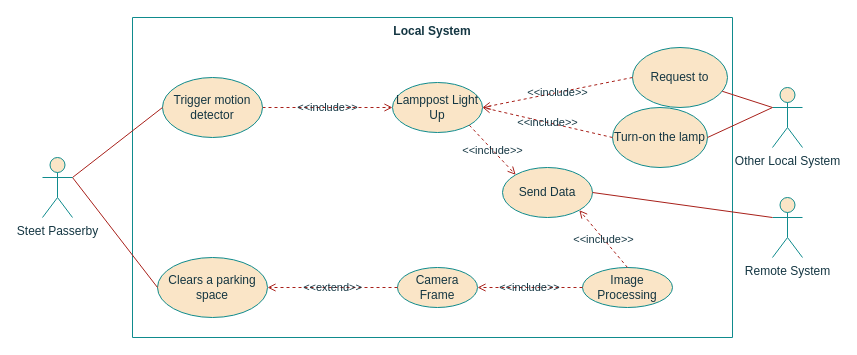
Earlier version of the draw.io diagram page "LS_UseCase" (1 of 7) of project/report/flowcharts/LocalSystem.drawio (ESRGgroup9/slipad). Source tidied: cells renumbered, new cells numbered last; positions are measured from the earlier drawing's top-left corner, leaving out a move shared by most shapes. Both pictures are drawn from the tidied source at 100%, with x=0, y=0 at pixel (42, 17).
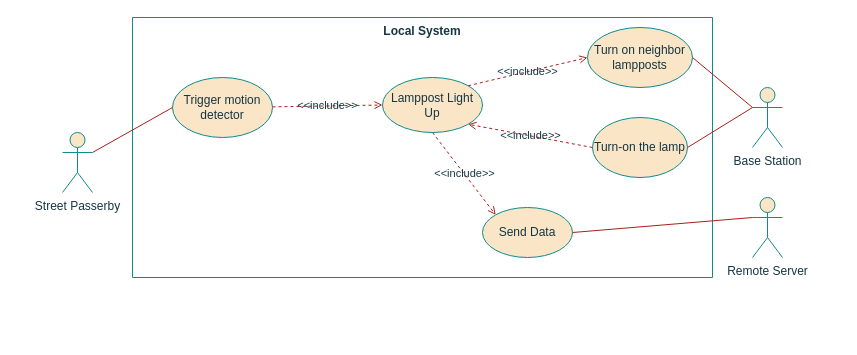
The same page after the edit.

Change to the diagram source:
```diff
@@
     <mxCell id="2" value="Local System" style="swimlane;startSize=0;verticalAlign=top;fillColor=#FAE5C7;strokeColor=#0F8B8D;fontColor=#143642;" parent="1" vertex="1">
-      <mxGeometry x="90" width="600" height="320" as="geometry" />
+      <mxGeometry x="90" width="580" height="260" as="geometry" />
     </mxCell>
     <mxCell id="3" value="Send Data" style="ellipse;whiteSpace=wrap;html=1;fillColor=#FAE5C7;strokeColor=#0F8B8D;fontColor=#143642;" parent="2" vertex="1">
-      <mxGeometry x="370" y="150" width="90" height="50" as="geometry" />
+      <mxGeometry x="350" y="190" width="90" height="50" as="geometry" />
     </mxCell>
-    <mxCell id="4" value="Request to " style="ellipse;whiteSpace=wrap;html=1;fillColor=#FAE5C7;strokeColor=#0F8B8D;fontColor=#143642;" parent="2" vertex="1">
-      <mxGeometry x="500" y="30" width="95" height="60" as="geometry" />
+    <mxCell id="4" value="Turn on neighbor lampposts" style="ellipse;whiteSpace=wrap;html=1;fillColor=#FAE5C7;strokeColor=#0F8B8D;fontColor=#143642;" parent="2" vertex="1">
+      <mxGeometry x="455" y="10" width="105" height="60" as="geometry" />
     </mxCell>
     <mxCell id="5" value="Turn-on the lamp" style="ellipse;whiteSpace=wrap;html=1;fillColor=#FAE5C7;strokeColor=#0F8B8D;fontColor=#143642;" parent="2" vertex="1">
-      <mxGeometry x="480" y="90" width="95" height="60" as="geometry" />
+      <mxGeometry x="460" y="100" width="95" height="60" as="geometry" />
     </mxCell>
+    <mxCell id="7" value="Trigger motion detector" style="ellipse;whiteSpace=wrap;html=1;fillColor=#FAE5C7;strokeColor=#0F8B8D;fontColor=#143642;" parent="2" vertex="1">
+      <mxGeometry x="40" y="60" width="100" height="60" as="geometry" />
+    </mxCell>
@@
-    <mxCell id="7" value="Trigger motion detector" style="ellipse;whiteSpace=wrap;html=1;fillColor=#FAE5C7;strokeColor=#0F8B8D;fontColor=#143642;" parent="1" vertex="1">
-      <mxGeometry x="120" y="60" width="100" height="60" as="geometry" />
-    </mxCell>
-    <mxCell id="8" value="Camera Frame" style="ellipse;whiteSpace=wrap;html=1;fillColor=#FAE5C7;strokeColor=#0F8B8D;fontColor=#143642;" parent="1" vertex="1">
-      <mxGeometry x="355" y="250" width="80" height="40" as="geometry" />
-    </mxCell>
-    <mxCell id="9" value="Image Processing" style="ellipse;whiteSpace=wrap;html=1;fillColor=#FAE5C7;strokeColor=#0F8B8D;fontColor=#143642;" parent="1" vertex="1">
-      <mxGeometry x="540" y="250" width="90" height="40" as="geometry" />
-    </mxCell>
     <mxCell id="10" value="Lamppost Light Up" style="ellipse;whiteSpace=wrap;html=1;fillColor=#FAE5C7;strokeColor=#0F8B8D;fontColor=#143642;" parent="1" vertex="1">
-      <mxGeometry x="350" y="65" width="90" height="50" as="geometry" />
+      <mxGeometry x="340" y="60" width="100" height="55" as="geometry" />
     </mxCell>
-    <mxCell id="11" value="Clears a parking space" style="ellipse;whiteSpace=wrap;html=1;fillColor=#FAE5C7;strokeColor=#0F8B8D;fontColor=#143642;" parent="1" vertex="1">
-      <mxGeometry x="115" y="240" width="110" height="60" as="geometry" />
-    </mxCell>
-    <mxCell id="12" value="Remote System" style="shape=umlActor;verticalLabelPosition=bottom;verticalAlign=top;html=1;outlineConnect=0;fillColor=#FAE5C7;strokeColor=#0F8B8D;fontColor=#143642;" parent="1" vertex="1">
-      <mxGeometry x="730" y="180" width="30" height="60" as="geometry" />
+    <mxCell id="12" value="Remote Server" style="shape=umlActor;verticalLabelPosition=bottom;verticalAlign=top;html=1;outlineConnect=0;fillColor=#FAE5C7;strokeColor=#0F8B8D;fontColor=#143642;" parent="1" vertex="1">
+      <mxGeometry x="710" y="180" width="30" height="60" as="geometry" />
     </mxCell>
@@
-    <mxCell id="14" style="edgeStyle=none;rounded=0;jettySize=auto;html=1;entryX=0;entryY=0.5;entryDx=0;entryDy=0;endArrow=none;endFill=0;exitX=1;exitY=0.3333333333333333;exitDx=0;exitDy=0;exitPerimeter=0;labelBackgroundColor=#DAD2D8;strokeColor=#A8201A;fontColor=#143642;" parent="1" edge="1" source="15" target="11">
-      <mxGeometry relative="1" as="geometry" />
-    </mxCell>
-    <mxCell id="15" value="Steet Passerby" style="shape=umlActor;verticalLabelPosition=bottom;verticalAlign=top;html=1;outlineConnect=0;fillColor=#FAE5C7;strokeColor=#0F8B8D;fontColor=#143642;" parent="1" vertex="1">
-      <mxGeometry y="140" width="30" height="60" as="geometry" />
+    <mxCell id="15" value="Street Passerby" style="shape=umlActor;verticalLabelPosition=bottom;verticalAlign=top;html=1;outlineConnect=0;fillColor=#FAE5C7;strokeColor=#0F8B8D;fontColor=#143642;" parent="1" vertex="1">
+      <mxGeometry x="20" y="115" width="30" height="60" as="geometry" />
     </mxCell>
-    <mxCell id="16" value="&amp;lt;&amp;lt;extend&amp;gt;&amp;gt;" style="edgeStyle=none;rounded=0;jettySize=auto;html=1;entryX=1;entryY=0.5;entryDx=0;entryDy=0;dashed=1;exitX=0;exitY=0.5;exitDx=0;exitDy=0;endArrow=open;endFill=0;labelBackgroundColor=none;strokeColor=#A8201A;fontColor=#143642;" parent="1" edge="1" source="8" target="11">
-      <mxGeometry relative="1" as="geometry" />
-    </mxCell>
-    <mxCell id="17" style="edgeStyle=none;rounded=0;jettySize=auto;html=1;entryX=0;entryY=0.3333333333333333;entryDx=0;entryDy=0;entryPerimeter=0;endArrow=none;endFill=0;labelBackgroundColor=#DAD2D8;strokeColor=#A8201A;fontColor=#143642;" parent="1" edge="1" source="4" target="23">
-      <mxGeometry relative="1" as="geometry" />
-    </mxCell>
@@
-    <mxCell id="19" value="&amp;lt;&amp;lt;include&amp;gt;&amp;gt;" style="edgeStyle=none;rounded=0;jettySize=auto;html=1;entryX=1;entryY=0.5;entryDx=0;entryDy=0;dashed=1;exitX=0;exitY=0.5;exitDx=0;exitDy=0;endArrow=open;endFill=0;labelBackgroundColor=none;strokeColor=#A8201A;fontColor=#143642;" parent="1" edge="1" source="9" target="8">
-      <mxGeometry relative="1" as="geometry" />
-    </mxCell>
-    <mxCell id="20" value="&amp;lt;&amp;lt;include&amp;gt;&amp;gt;" style="edgeStyle=none;rounded=0;jettySize=auto;html=1;entryX=0;entryY=0;entryDx=0;entryDy=0;dashed=1;exitX=1;exitY=1;exitDx=0;exitDy=0;endArrow=open;endFill=0;labelBackgroundColor=none;strokeColor=#A8201A;fontColor=#143642;" parent="1" edge="1" source="10" target="3">
+    <mxCell id="20" value="&amp;lt;&amp;lt;include&amp;gt;&amp;gt;" style="edgeStyle=none;rounded=0;jettySize=auto;html=1;entryX=0;entryY=0;entryDx=0;entryDy=0;dashed=1;exitX=0.5;exitY=1;exitDx=0;exitDy=0;endArrow=open;endFill=0;labelBackgroundColor=none;strokeColor=#A8201A;fontColor=#143642;" parent="1" edge="1" source="10" target="3">
       <mxGeometry relative="1" as="geometry" />
     </mxCell>
-    <mxCell id="21" value="&amp;lt;&amp;lt;include&amp;gt;&amp;gt;" style="edgeStyle=none;rounded=0;jettySize=auto;html=1;entryX=1;entryY=1;entryDx=0;entryDy=0;dashed=1;exitX=0.5;exitY=0;exitDx=0;exitDy=0;endArrow=open;endFill=0;labelBackgroundColor=none;strokeColor=#A8201A;fontColor=#143642;" parent="1" edge="1" source="9" target="3">
-      <mxGeometry relative="1" as="geometry" />
-    </mxCell>
-    <mxCell id="22" value="&amp;lt;&amp;lt;include&amp;gt;&amp;gt;" style="edgeStyle=none;rounded=0;jettySize=auto;html=1;entryX=1;entryY=0.5;entryDx=0;entryDy=0;dashed=1;endArrow=open;endFill=0;exitX=0;exitY=0.5;exitDx=0;exitDy=0;labelBackgroundColor=none;strokeColor=#A8201A;fontColor=#143642;" parent="1" edge="1" source="4" target="10">
+    <mxCell id="22" value="&amp;lt;&amp;lt;include&amp;gt;&amp;gt;" style="edgeStyle=none;rounded=0;jettySize=auto;html=1;entryX=0;entryY=0.5;entryDx=0;entryDy=0;dashed=1;endArrow=open;endFill=0;exitX=1;exitY=0;exitDx=0;exitDy=0;labelBackgroundColor=none;strokeColor=#A8201A;fontColor=#143642;" parent="1" edge="1" source="10" target="4">
       <mxGeometry relative="1" as="geometry" />
     </mxCell>
-    <mxCell id="23" value="Other Local System" style="shape=umlActor;verticalLabelPosition=bottom;verticalAlign=top;html=1;outlineConnect=0;fillColor=#FAE5C7;strokeColor=#0F8B8D;fontColor=#143642;" parent="1" vertex="1">
-      <mxGeometry x="730" y="70" width="30" height="60" as="geometry" />
+    <mxCell id="23" value="Base Station" style="shape=umlActor;verticalLabelPosition=bottom;verticalAlign=top;html=1;outlineConnect=0;fillColor=#FAE5C7;strokeColor=#0F8B8D;fontColor=#143642;" parent="1" vertex="1">
+      <mxGeometry x="710" y="70" width="30" height="60" as="geometry" />
     </mxCell>
-    <mxCell id="24" style="edgeStyle=none;rounded=0;jettySize=auto;html=1;endArrow=none;endFill=0;labelBackgroundColor=#DAD2D8;strokeColor=#A8201A;fontColor=#143642;exitX=1;exitY=0.5;exitDx=0;exitDy=0;" parent="1" edge="1" source="5">
-      <mxGeometry relative="1" as="geometry">
-        <mxPoint x="730" y="90" as="targetPoint" />
-      </mxGeometry>
+    <mxCell id="24" style="edgeStyle=none;rounded=0;jettySize=auto;html=1;endArrow=none;endFill=0;labelBackgroundColor=#DAD2D8;strokeColor=#A8201A;fontColor=#143642;exitX=1;exitY=0.5;exitDx=0;exitDy=0;entryX=0;entryY=0.3333333333333333;entryDx=0;entryDy=0;entryPerimeter=0;" parent="1" edge="1" source="5" target="23">
+      <mxGeometry relative="1" as="geometry" />
     </mxCell>
-    <mxCell id="25" value="&amp;lt;&amp;lt;include&amp;gt;&amp;gt;" style="edgeStyle=none;rounded=0;jettySize=auto;html=1;entryX=1;entryY=0.5;entryDx=0;entryDy=0;dashed=1;endArrow=open;endFill=0;exitX=0;exitY=0.5;exitDx=0;exitDy=0;labelBackgroundColor=none;strokeColor=#A8201A;fontColor=#143642;" parent="1" edge="1" source="5" target="10">
+    <mxCell id="25" value="&amp;lt;&amp;lt;include&amp;gt;&amp;gt;" style="edgeStyle=none;rounded=0;jettySize=auto;html=1;entryX=1;entryY=1;entryDx=0;entryDy=0;dashed=1;endArrow=open;endFill=0;exitX=0;exitY=0.5;exitDx=0;exitDy=0;labelBackgroundColor=none;strokeColor=#A8201A;fontColor=#143642;" parent="1" edge="1" source="5" target="10">
       <mxGeometry relative="1" as="geometry" />
     </mxCell>
+    <mxCell id="26" style="edgeStyle=none;rounded=0;jettySize=auto;html=1;endArrow=none;endFill=0;labelBackgroundColor=#DAD2D8;strokeColor=#A8201A;fontColor=#143642;exitX=1;exitY=0.5;exitDx=0;exitDy=0;" parent="1" edge="1" source="4">
+      <mxGeometry relative="1" as="geometry">
+        <mxPoint x="710" y="90" as="targetPoint" />
+      </mxGeometry>
+    </mxCell>
```
